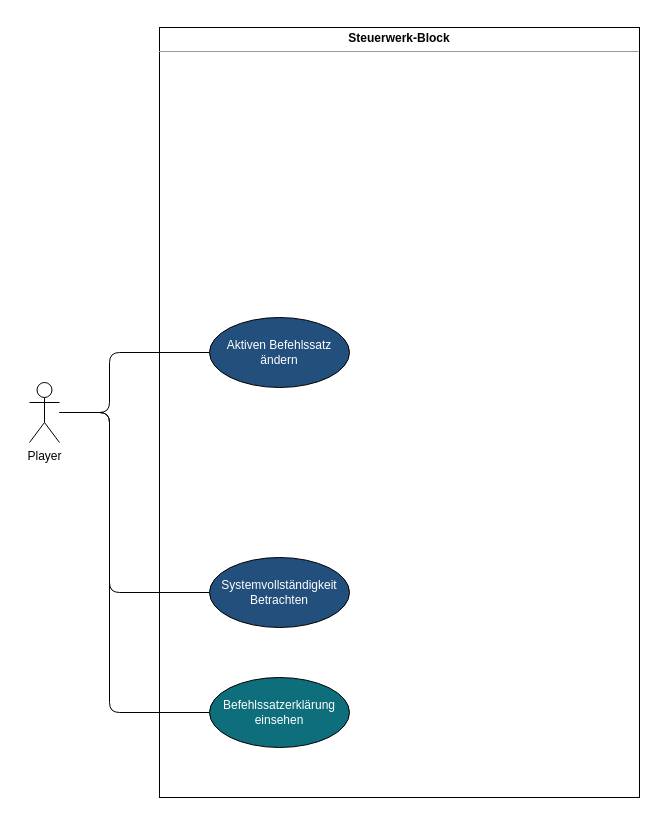
Before: Steuerwerk.block.drawio in LundiNord/RISCJ-Diagramms, a draw.io diagram. Source tidied: cells renumbered, new cells numbered last; positions are measured from the earlier drawing's top-left corner, leaving out a move shared by most shapes. Both pictures are drawn from the tidied source at 100%, with x=0, y=0 at pixel (29, 27).
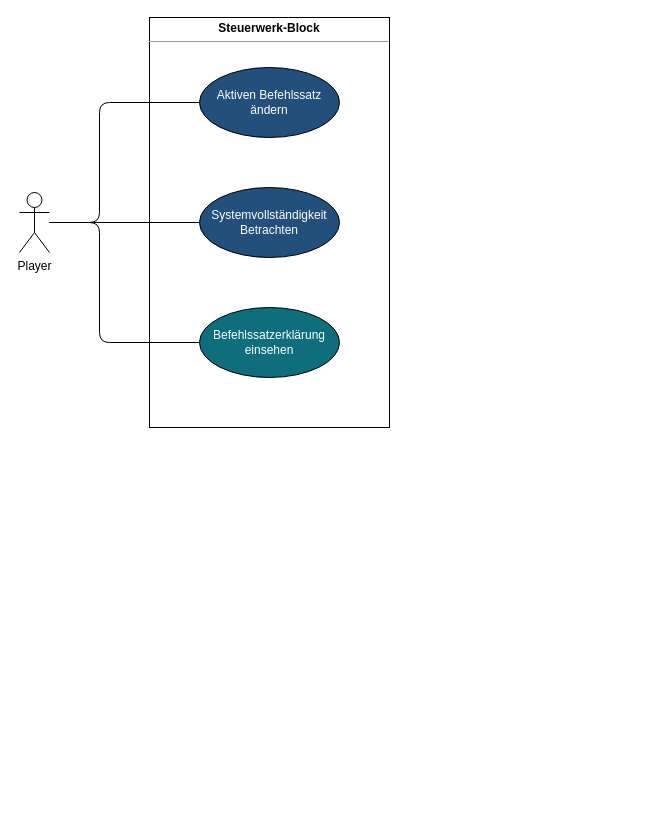
After the change.

Commit message:
Steuerwerk.block.drawio aktualisiert - finalized

Diff of the diagram source:
```diff
@@
 <mxGraphModel>
   <root>
     <mxCell id="0" />
     <mxCell id="1" parent="0" />
     <mxCell id="2" value="&lt;p style=&quot;margin: 0px ; margin-top: 4px ; text-align: center&quot;&gt;&lt;b&gt;Steuerwerk-Block&lt;/b&gt;&lt;/p&gt;&lt;hr size=&quot;1&quot;&gt;&lt;div style=&quot;height: 2px&quot;&gt;&lt;/div&gt;" style="verticalAlign=top;align=left;overflow=fill;fontSize=12;fontFamily=Helvetica;html=1;" parent="1" vertex="1">
-      <mxGeometry x="130" width="480" height="770" as="geometry" />
+      <mxGeometry x="120" y="-10" width="240" height="410" as="geometry" />
     </mxCell>
-    <mxCell id="3" style="edgeStyle=orthogonalEdgeStyle;rounded=1;jettySize=auto;html=1;endArrow=none;endFill=0;" parent="1" edge="1" source="6" target="7">
+    <mxCell id="3" style="edgeStyle=orthogonalEdgeStyle;shape=connector;rounded=1;jettySize=auto;html=1;labelBackgroundColor=default;strokeColor=default;align=center;verticalAlign=middle;fontFamily=Helvetica;fontSize=11;fontColor=default;endArrow=none;endFill=0;" parent="1" edge="1" source="6" target="7">
       <mxGeometry relative="1" as="geometry">
         <Array as="points">
-          <mxPoint x="80" y="385" />
-          <mxPoint x="80" y="325" />
+          <mxPoint x="70" y="195" />
+          <mxPoint x="70" y="75" />
         </Array>
       </mxGeometry>
     </mxCell>
-    <mxCell id="4" style="edgeStyle=orthogonalEdgeStyle;rounded=1;jettySize=auto;html=1;endArrow=none;endFill=0;" parent="1" edge="1" source="6" target="8">
-      <mxGeometry relative="1" as="geometry">
-        <Array as="points">
-          <mxPoint x="80" y="385" />
-          <mxPoint x="80" y="565" />
-        </Array>
-      </mxGeometry>
+    <mxCell id="4" style="edgeStyle=orthogonalEdgeStyle;shape=connector;rounded=1;jettySize=auto;html=1;labelBackgroundColor=default;strokeColor=default;align=center;verticalAlign=middle;fontFamily=Helvetica;fontSize=11;fontColor=default;endArrow=none;endFill=0;" parent="1" edge="1" source="6" target="8">
+      <mxGeometry relative="1" as="geometry" />
     </mxCell>
-    <mxCell id="5" style="edgeStyle=orthogonalEdgeStyle;rounded=1;jettySize=auto;html=1;endArrow=none;endFill=0;" parent="1" edge="1" source="6" target="9">
+    <mxCell id="5" style="edgeStyle=orthogonalEdgeStyle;shape=connector;rounded=1;jettySize=auto;html=1;labelBackgroundColor=default;strokeColor=default;align=center;verticalAlign=middle;fontFamily=Helvetica;fontSize=11;fontColor=default;endArrow=none;endFill=0;" parent="1" edge="1" source="6" target="9">
       <mxGeometry relative="1" as="geometry">
         <Array as="points">
-          <mxPoint x="80" y="385" />
-          <mxPoint x="80" y="685" />
+          <mxPoint x="70" y="195" />
+          <mxPoint x="70" y="315" />
         </Array>
       </mxGeometry>
     </mxCell>
     <mxCell id="6" value="Player" style="shape=umlActor;verticalLabelPosition=bottom;labelBackgroundColor=#ffffff;verticalAlign=top;html=1;outlineConnect=0;" parent="1" vertex="1">
-      <mxGeometry y="355" width="30" height="60" as="geometry" />
+      <mxGeometry x="-10" y="165" width="30" height="60" as="geometry" />
     </mxCell>
     <mxCell id="7" value="Aktiven Befehlssatz ändern" style="ellipse;whiteSpace=wrap;html=1;fillColor=#234f7c;fontColor=#FFFFFF;" parent="1" vertex="1">
-      <mxGeometry x="180" y="290" width="140" height="70" as="geometry" />
+      <mxGeometry x="170" y="40" width="140" height="70" as="geometry" />
     </mxCell>
     <mxCell id="8" value="Systemvollständigkeit&lt;br&gt;Betrachten" style="ellipse;whiteSpace=wrap;html=1;fillColor=#234f7c;fontColor=#FFFFFF;" parent="1" vertex="1">
-      <mxGeometry x="180" y="530" width="140" height="70" as="geometry" />
+      <mxGeometry x="170" y="160" width="140" height="70" as="geometry" />
     </mxCell>
     <mxCell id="9" value="Befehlssatzerklärung einsehen" style="ellipse;whiteSpace=wrap;html=1;fillColor=#0e6e7c;fontColor=#FFFFFF;" parent="1" vertex="1">
-      <mxGeometry x="180" y="650" width="140" height="70" as="geometry" />
+      <mxGeometry x="170" y="280" width="140" height="70" as="geometry" />
     </mxCell>
   </root>
 </mxGraphModel>
```
